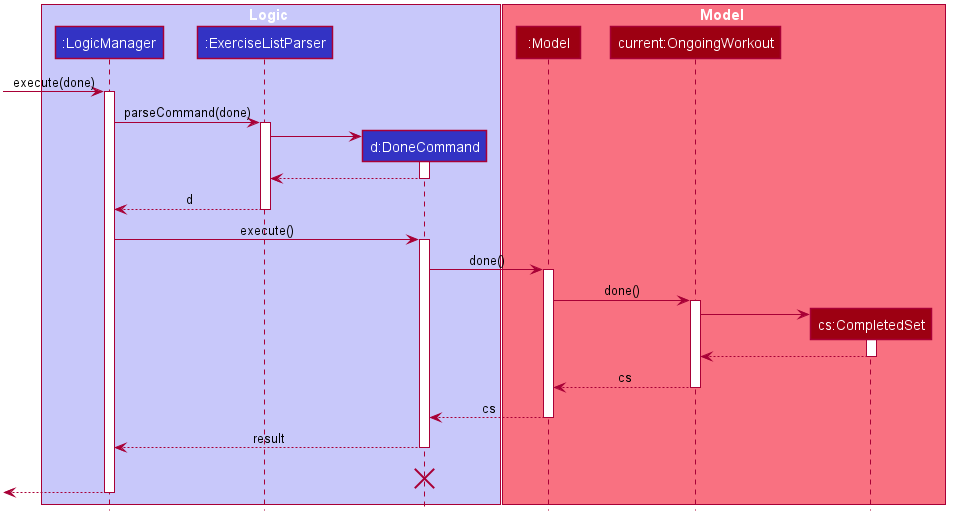
alloystory/cs2103t_zerotoone keeps this PlantUML diagram as images/developer-guide/session/DoneCommandSequenceDiagram.png. Above is the earlier version.
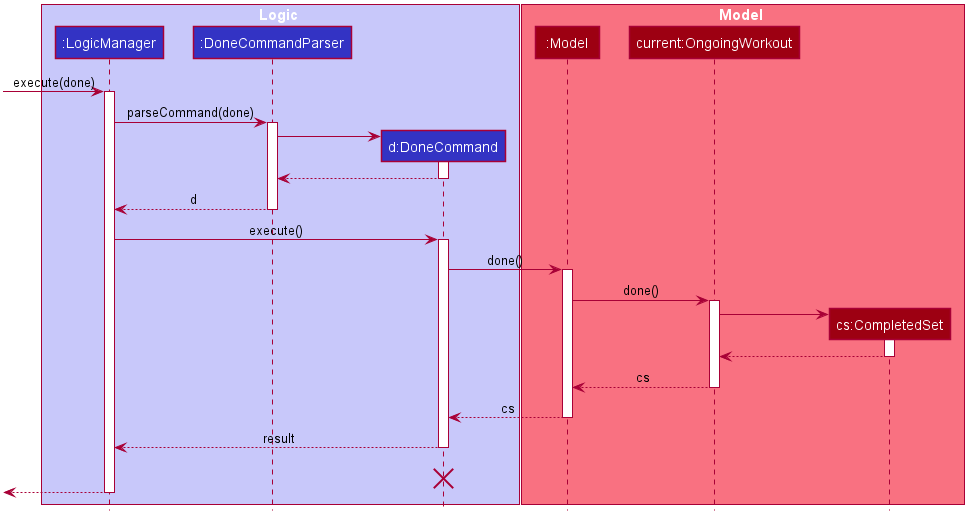
The same file after the commit.

The edit, as a diff of the source:
```diff
@@ -1,4 +1,5 @@
 @startuml
+
 
 
 
@@ -51,7 +52,7 @@
 
 box Logic #C8C8FA
 participant ":LogicManager" as LogicManager #3333C4
-participant ":ExerciseListParser" as ExerciseListParser #3333C4
+participant ":DoneCommandParser" as DoneCommandParser #3333C4
 participant "d:DoneCommand" as DoneCommand #3333C4
 end box
 
@@ -63,18 +64,18 @@
 [-> LogicManager : execute(done)
 activate LogicManager
 
-LogicManager -> ExerciseListParser : parseCommand(done)
-activate ExerciseListParser
+LogicManager -> DoneCommandParser : parseCommand(done)
+activate DoneCommandParser
 
 create DoneCommand
-ExerciseListParser -> DoneCommand
+DoneCommandParser -> DoneCommand
 activate DoneCommand
 
-DoneCommand --> ExerciseListParser
+DoneCommand --> DoneCommandParser
 deactivate DoneCommand
 
-ExerciseListParser --> LogicManager : d
-deactivate ExerciseListParser
+DoneCommandParser --> LogicManager : d
+deactivate DoneCommandParser
 
 LogicManager -> DoneCommand : execute()
 activate DoneCommand
```
